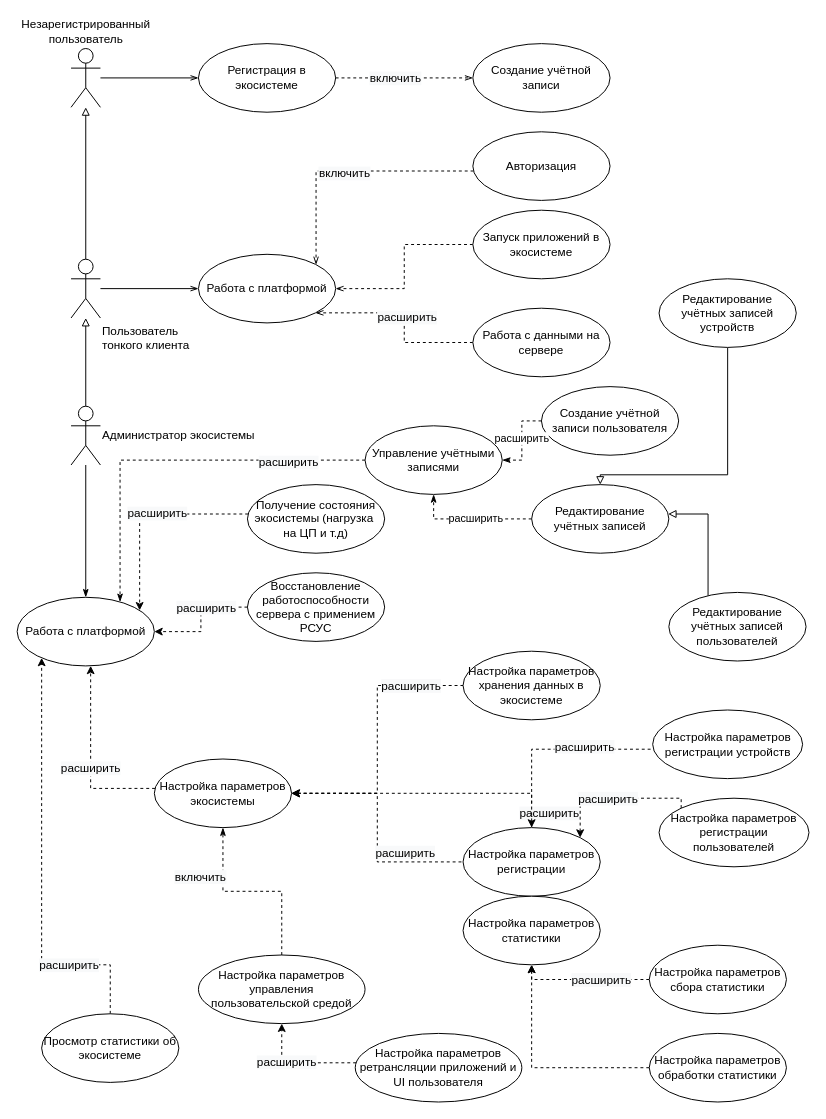
The draw.io diagram architecture/zero-level/ZL.UseCase.drawio in AVAtarMod/Linux_Ecosystem, before the edit. Source tidied: cells renumbered, new cells numbered last; positions are measured from the earlier drawing's top-left corner, leaving out a move shared by most shapes. Both pictures are drawn from the tidied source at 98%, with x=0, y=0 at pixel (17, 43).
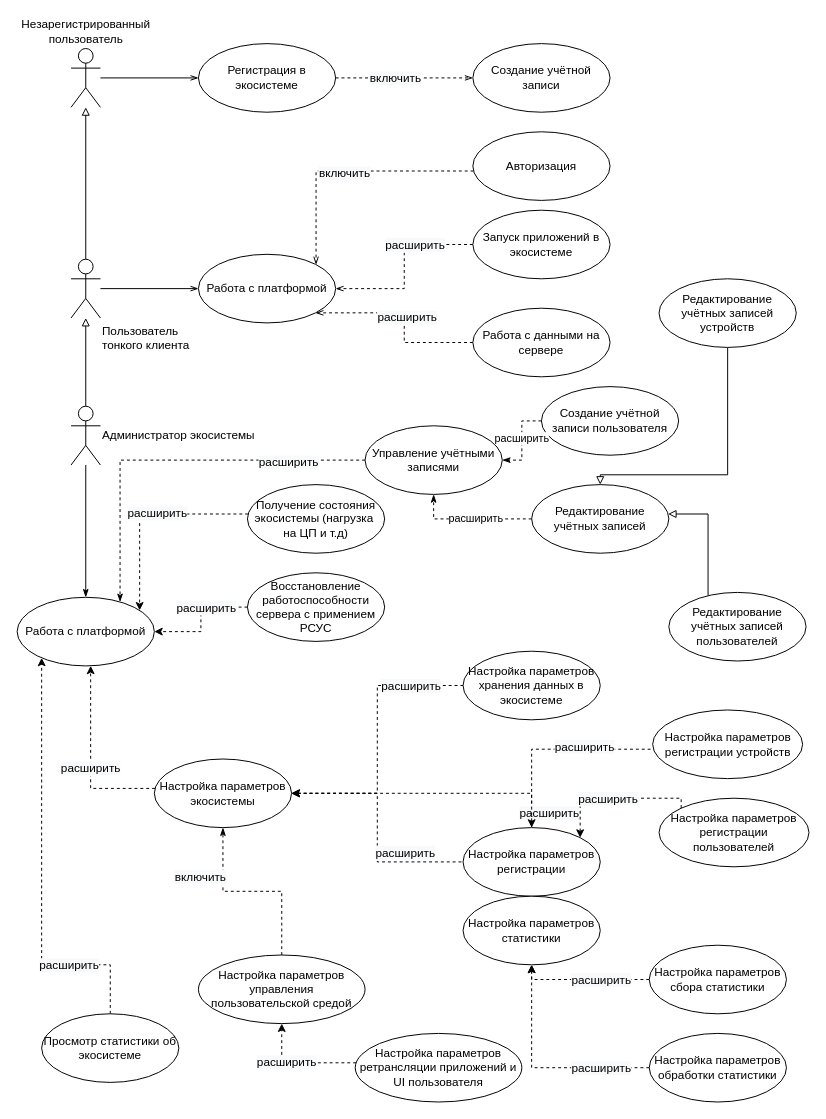
The same page after the edit.

Commit message (it also covers changes not shown here):
(architecture) исправлено: оформление, структура

The edit, as a diff of the source:
```diff
@@
+    <mxCell id="75" value="&lt;span style=&quot;font-size: 12px; background-color: rgb(248, 249, 250);&quot;&gt;расширить&lt;/span&gt;" style="edgeLabel;html=1;align=center;verticalAlign=middle;" parent="1" vertex="1">
+      <mxGeometry x="595" y="1045" as="geometry" />
+    </mxCell>
+    <mxCell id="76" value="&lt;span style=&quot;font-size: 12px; background-color: rgb(248, 249, 250);&quot;&gt;расширить&lt;/span&gt;" style="edgeLabel;html=1;align=center;verticalAlign=middle;" parent="1" vertex="1">
+      <mxGeometry x="405" y="205" as="geometry" />
+    </mxCell>
```
